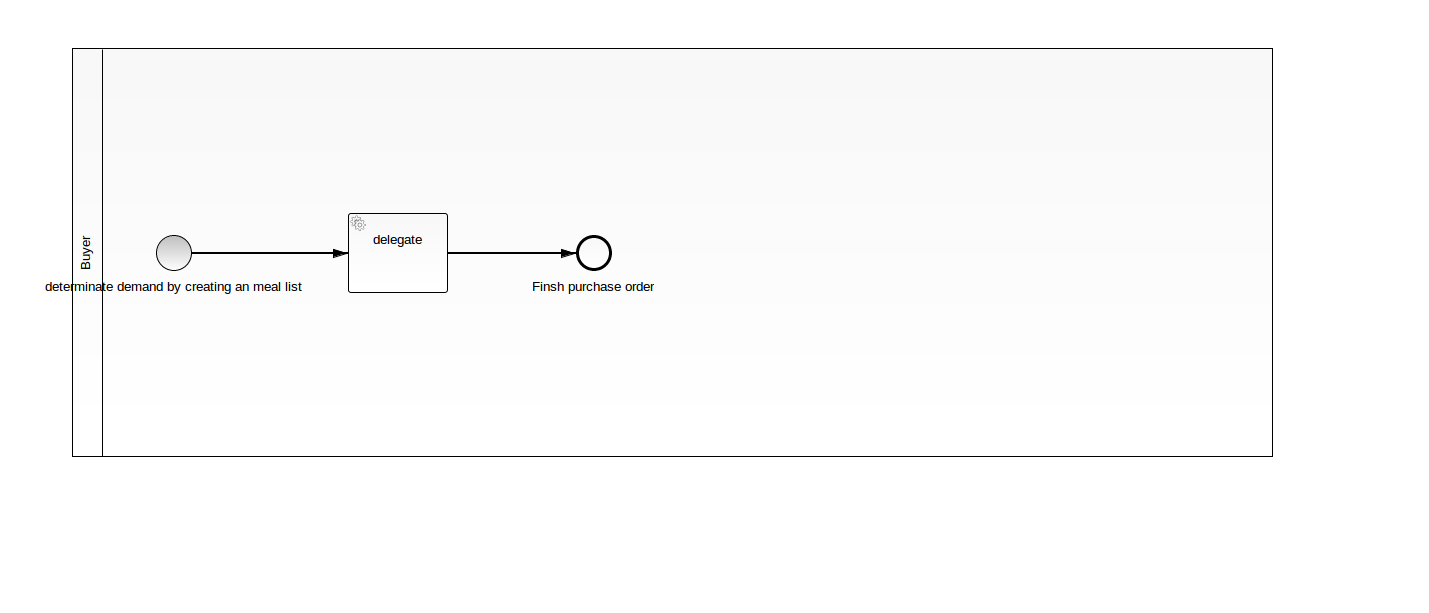
electr0Nik/bpmn.comunda.tutorial keeps this BPMN diagram as src/main/resources/purchaseOrder.png. Above is the earlier version. Its source is kept beside it as src/main/resources/purchaseOrder.bpmn. Ids are renumbered. Its diagram source:
```xml
<bpmn2:definitions xmlns:xsi="http://www.w3.org/2001/XMLSchema-instance" xmlns:bpmn2="http://www.omg.org/spec/BPMN/20100524/MODEL" xmlns:bpmndi="http://www.omg.org/spec/BPMN/20100524/DI" xmlns:camunda="http://activiti.org/bpmn" xmlns:dc="http://www.omg.org/spec/DD/20100524/DC" xmlns:di="http://www.omg.org/spec/DD/20100524/DI" xsi:schemaLocation="http://www.omg.org/spec/BPMN/20100524/MODEL BPMN20.xsd" id="_V160gJLSEeWUBeJDxCqr1Q" exporter="camunda modeler" exporterVersion="2.7.0" targetNamespace="http://activiti.org/bpmn">
  <bpmn2:collaboration id="_Collaboration_6" name="Purchase Order Process&#xA;">
    <bpmn2:participant id="_Participant_6" name="Buyer" processRef="purchase-order"/>
  </bpmn2:collaboration>
  <bpmn2:process id="purchase-order" name="Purchase Order Process" isExecutable="true">
    <bpmn2:startEvent id="StartEvent_1" camunda:formKey="embedded:app:forms/startForm.html" name="determinate demand by creating an meal list">
      <bpmn2:outgoing>SequenceFlow_1</bpmn2:outgoing>
    </bpmn2:startEvent>
    <bpmn2:serviceTask id="UserTask_1" camunda:class="com.github.electr0nik.camunda.purchaseorder.delegate.PurchaseOrderJavaDelegate" name="delegate">
      <bpmn2:incoming>SequenceFlow_1</bpmn2:incoming>
      <bpmn2:outgoing>SequenceFlow_3</bpmn2:outgoing>
    </bpmn2:serviceTask>
    <bpmn2:sequenceFlow id="SequenceFlow_1" name="" sourceRef="StartEvent_1" targetRef="UserTask_1"/>
    <bpmn2:endEvent id="EndEvent_1" name="Finsh purchase order">
      <bpmn2:incoming>SequenceFlow_3</bpmn2:incoming>
    </bpmn2:endEvent>
    <bpmn2:sequenceFlow id="SequenceFlow_3" name="" sourceRef="UserTask_1" targetRef="EndEvent_1"/>
  </bpmn2:process>
  <bpmndi:BPMNDiagram id="BPMNDiagram_1">
    <bpmndi:BPMNPlane id="BPMNPlane_1" bpmnElement="_Collaboration_6">
      <bpmndi:BPMNShape id="_BPMNShape_Participant_6" bpmnElement="_Participant_6" isHorizontal="true">
        <dc:Bounds height="409.0" width="1201.0" x="72.0" y="48.0"/>
      </bpmndi:BPMNShape>
      <bpmndi:BPMNShape id="_BPMNShape_StartEvent_6" bpmnElement="StartEvent_1">
        <dc:Bounds height="36.0" width="36.0" x="156.0" y="235.0"/>
        <bpmndi:BPMNLabel>
          <dc:Bounds height="22.0" width="124.0" x="112.0" y="276.0"/>
        </bpmndi:BPMNLabel>
      </bpmndi:BPMNShape>
      <bpmndi:BPMNShape id="_BPMNShape_UserTask_7" bpmnElement="UserTask_1">
        <dc:Bounds height="80.0" width="100.0" x="348.0" y="213.0"/>
      </bpmndi:BPMNShape>
      <bpmndi:BPMNEdge id="BPMNEdge_SequenceFlow_1" bpmnElement="SequenceFlow_1" sourceElement="_BPMNShape_StartEvent_6" targetElement="_BPMNShape_UserTask_7">
        <di:waypoint xsi:type="dc:Point" x="192.0" y="253.0"/>
        <di:waypoint xsi:type="dc:Point" x="241.0" y="253.0"/>
        <di:waypoint xsi:type="dc:Point" x="348.0" y="253.0"/>
        <bpmndi:BPMNLabel>
          <dc:Bounds height="6.0" width="6.0" x="214.0" y="253.0"/>
        </bpmndi:BPMNLabel>
      </bpmndi:BPMNEdge>
      <bpmndi:BPMNShape id="_BPMNShape_EndEvent_6" bpmnElement="EndEvent_1">
        <dc:Bounds height="36.0" width="36.0" x="576.0" y="235.0"/>
        <bpmndi:BPMNLabel>
          <dc:Bounds height="0.0" width="0.0" x="594.0" y="276.0"/>
        </bpmndi:BPMNLabel>
      </bpmndi:BPMNShape>
      <bpmndi:BPMNEdge id="BPMNEdge_SequenceFlow_3" bpmnElement="SequenceFlow_3" sourceElement="_BPMNShape_UserTask_7" targetElement="_BPMNShape_EndEvent_6">
        <di:waypoint xsi:type="dc:Point" x="448.0" y="253.0"/>
        <di:waypoint xsi:type="dc:Point" x="576.0" y="253.0"/>
        <bpmndi:BPMNLabel>
          <dc:Bounds height="6.0" width="6.0" x="470.0" y="253.0"/>
        </bpmndi:BPMNLabel>
      </bpmndi:BPMNEdge>
    </bpmndi:BPMNPlane>
  </bpmndi:BPMNDiagram>
</bpmn2:definitions>
```
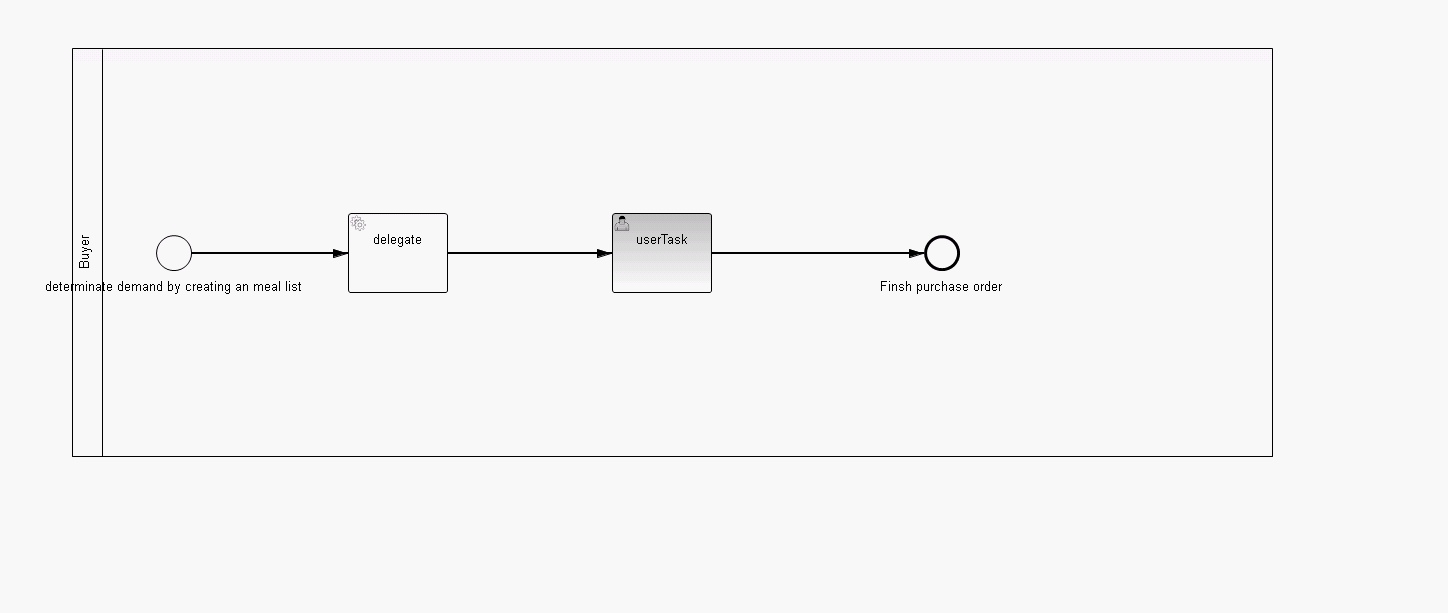
After the commit.

Commit message:
* deleting _old_-tutorial files * deleting obsolete startForm.html * pom.xml - adding profile * fixing wrong-class for LoggerFactory * modifying logback-configuration * modifying bpmn-definition

What changed in the source:
```diff
@@ -3,18 +3,23 @@
     <bpmn2:participant id="_Participant_6" name="Buyer" processRef="purchase-order"/>
   </bpmn2:collaboration>
   <bpmn2:process id="purchase-order" name="Purchase Order Process" isExecutable="true">
-    <bpmn2:startEvent id="StartEvent_1" camunda:formKey="embedded:app:forms/startForm.html" name="determinate demand by creating an meal list">
+    <bpmn2:startEvent id="StartEvent_1" camunda:formKey="embedded:app:forms/mealForm_main_request.html" name="determinate demand by creating an meal list">
       <bpmn2:outgoing>SequenceFlow_1</bpmn2:outgoing>
     </bpmn2:startEvent>
     <bpmn2:serviceTask id="UserTask_1" camunda:class="com.github.electr0nik.camunda.purchaseorder.delegate.PurchaseOrderJavaDelegate" name="delegate">
       <bpmn2:incoming>SequenceFlow_1</bpmn2:incoming>
-      <bpmn2:outgoing>SequenceFlow_3</bpmn2:outgoing>
+      <bpmn2:outgoing>SequenceFlow_2</bpmn2:outgoing>
     </bpmn2:serviceTask>
     <bpmn2:sequenceFlow id="SequenceFlow_1" name="" sourceRef="StartEvent_1" targetRef="UserTask_1"/>
     <bpmn2:endEvent id="EndEvent_1" name="Finsh purchase order">
-      <bpmn2:incoming>SequenceFlow_3</bpmn2:incoming>
+      <bpmn2:incoming>SequenceFlow_4</bpmn2:incoming>
     </bpmn2:endEvent>
-    <bpmn2:sequenceFlow id="SequenceFlow_3" name="" sourceRef="UserTask_1" targetRef="EndEvent_1"/>
+    <bpmn2:userTask id="UserTask_2" camunda:assignee="john" camunda:formKey="embedded:app:forms/processForm.html" name="userTask">
+      <bpmn2:incoming>SequenceFlow_2</bpmn2:incoming>
+      <bpmn2:outgoing>SequenceFlow_4</bpmn2:outgoing>
+    </bpmn2:userTask>
+    <bpmn2:sequenceFlow id="SequenceFlow_2" name="" sourceRef="UserTask_1" targetRef="UserTask_2"/>
+    <bpmn2:sequenceFlow id="SequenceFlow_4" name="" sourceRef="UserTask_2" targetRef="EndEvent_1"/>
   </bpmn2:process>
   <bpmndi:BPMNDiagram id="BPMNDiagram_1">
     <bpmndi:BPMNPlane id="BPMNPlane_1" bpmnElement="_Collaboration_6">
@@ -39,16 +44,26 @@
         </bpmndi:BPMNLabel>
       </bpmndi:BPMNEdge>
       <bpmndi:BPMNShape id="_BPMNShape_EndEvent_6" bpmnElement="EndEvent_1">
-        <dc:Bounds height="36.0" width="36.0" x="576.0" y="235.0"/>
+        <dc:Bounds height="36.0" width="36.0" x="924.0" y="235.0"/>
         <bpmndi:BPMNLabel>
-          <dc:Bounds height="0.0" width="0.0" x="594.0" y="276.0"/>
+          <dc:Bounds height="22.0" width="128.0" x="878.0" y="276.0"/>
         </bpmndi:BPMNLabel>
       </bpmndi:BPMNShape>
-      <bpmndi:BPMNEdge id="BPMNEdge_SequenceFlow_3" bpmnElement="SequenceFlow_3" sourceElement="_BPMNShape_UserTask_7" targetElement="_BPMNShape_EndEvent_6">
+      <bpmndi:BPMNShape id="_BPMNShape_UserTask_3" bpmnElement="UserTask_2">
+        <dc:Bounds height="80.0" width="100.0" x="612.0" y="213.0"/>
+      </bpmndi:BPMNShape>
+      <bpmndi:BPMNEdge id="BPMNEdge_SequenceFlow_2" bpmnElement="SequenceFlow_2" sourceElement="_BPMNShape_UserTask_7" targetElement="_BPMNShape_UserTask_3">
         <di:waypoint xsi:type="dc:Point" x="448.0" y="253.0"/>
-        <di:waypoint xsi:type="dc:Point" x="576.0" y="253.0"/>
+        <di:waypoint xsi:type="dc:Point" x="612.0" y="253.0"/>
         <bpmndi:BPMNLabel>
           <dc:Bounds height="6.0" width="6.0" x="470.0" y="253.0"/>
+        </bpmndi:BPMNLabel>
+      </bpmndi:BPMNEdge>
+      <bpmndi:BPMNEdge id="BPMNEdge_SequenceFlow_4" bpmnElement="SequenceFlow_4" sourceElement="_BPMNShape_UserTask_3" targetElement="_BPMNShape_EndEvent_6">
+        <di:waypoint xsi:type="dc:Point" x="712.0" y="253.0"/>
+        <di:waypoint xsi:type="dc:Point" x="924.0" y="253.0"/>
+        <bpmndi:BPMNLabel>
+          <dc:Bounds height="6.0" width="6.0" x="845.0" y="253.0"/>
         </bpmndi:BPMNLabel>
       </bpmndi:BPMNEdge>
     </bpmndi:BPMNPlane>
```
